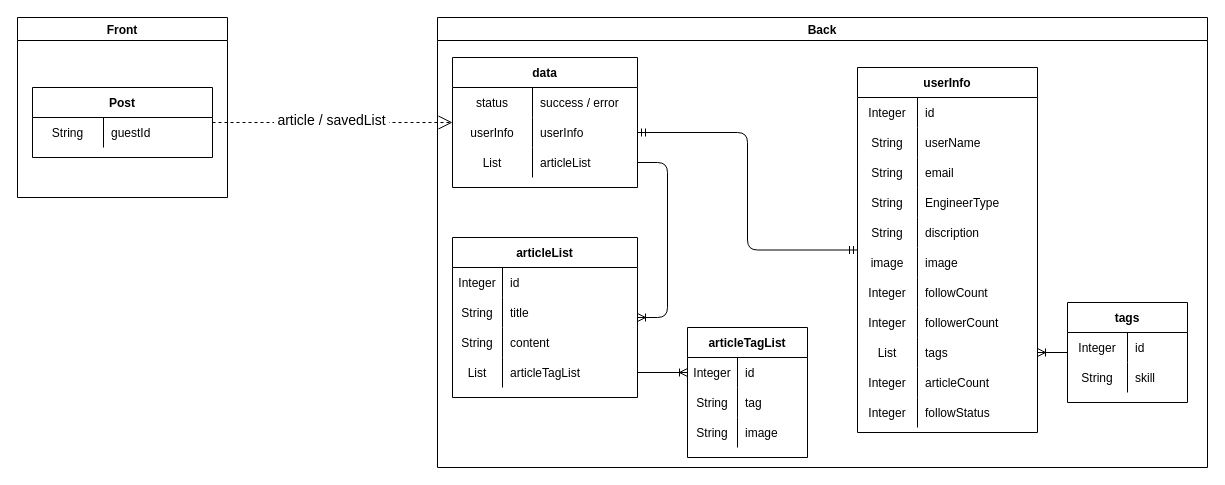
The draw.io diagram page "[表示]保存記事一覧" (6 of 23) of Designs/基本設計.drawio in yusuke-rakus/Qiish, before the edit. Source tidied: cells renumbered, new cells numbered last; positions are measured from the earlier drawing's top-left corner, leaving out a move shared by most shapes. Both pictures are drawn from the tidied source at 100%, with x=0, y=0 at pixel (17, 17).
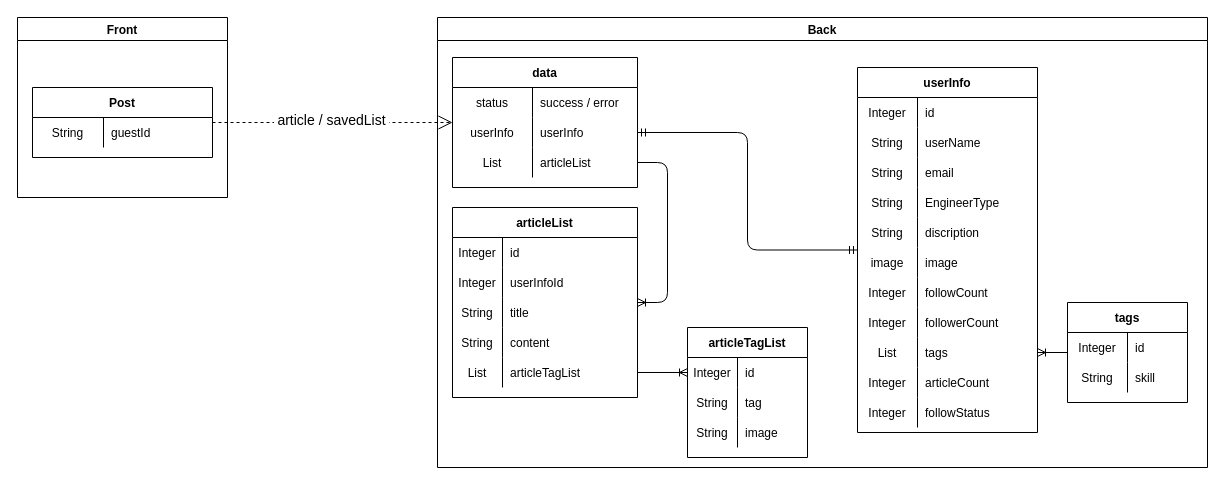
The same diagram, later.

Commit message (it also covers changes not shown here):
保存記事一覧の各記事にuserInfoIdの追加

The change refers to these unchanged cells:
```xml
<mxCell id="2" value="Back" style="swimlane;" parent="1" vertex="1">
  <mxGeometry x="420" width="770" height="450" as="geometry" />
</mxCell>
```

What changed in the source:
```diff
@@
     <mxCell id="13" value="articleList" style="shape=table;startSize=30;childLayout=tableLayout;rowLines=0;fontStyle=1;align=center;" parent="2" vertex="1">
-      <mxGeometry x="15" y="220" width="185" height="160" as="geometry" />
+      <mxGeometry x="15" y="190" width="185" height="190" as="geometry" />
     </mxCell>
@@
+    <mxCell id="88" style="shape=partialRectangle;fillColor=none;top=0;left=0;bottom=0;right=0;" parent="13" vertex="1">
+      <mxGeometry y="60" width="185" height="30" as="geometry" />
+    </mxCell>
+    <mxCell id="89" value="Integer" style="shape=partialRectangle;fillColor=none;top=0;left=0;bottom=0;right=0;overflow=hidden;" parent="88" vertex="1">
+      <mxGeometry width="50" height="30" as="geometry" />
+    </mxCell>
+    <mxCell id="90" value="userInfoId" style="shape=partialRectangle;fillColor=none;top=0;left=0;bottom=0;right=0;align=left;spacingLeft=6;overflow=hidden;" parent="88" vertex="1">
+      <mxGeometry x="50" width="135" height="30" as="geometry" />
+    </mxCell>
     <mxCell id="17" style="shape=partialRectangle;fillColor=none;top=0;left=0;bottom=0;right=0;" parent="13" vertex="1">
-      <mxGeometry y="60" width="185" height="30" as="geometry" />
+      <mxGeometry y="90" width="185" height="30" as="geometry" />
     </mxCell>
@@
     <mxCell id="20" style="shape=partialRectangle;fillColor=none;top=0;left=0;bottom=0;right=0;" parent="13" vertex="1">
-      <mxGeometry y="90" width="185" height="30" as="geometry" />
+      <mxGeometry y="120" width="185" height="30" as="geometry" />
     </mxCell>
@@
     <mxCell id="23" style="shape=partialRectangle;fillColor=none;top=0;left=0;bottom=0;right=0;points=[[0,0.5],[1,0.5]];portConstraint=eastwest;" parent="13" vertex="1">
-      <mxGeometry y="120" width="185" height="30" as="geometry" />
+      <mxGeometry y="150" width="185" height="30" as="geometry" />
     </mxCell>
```
